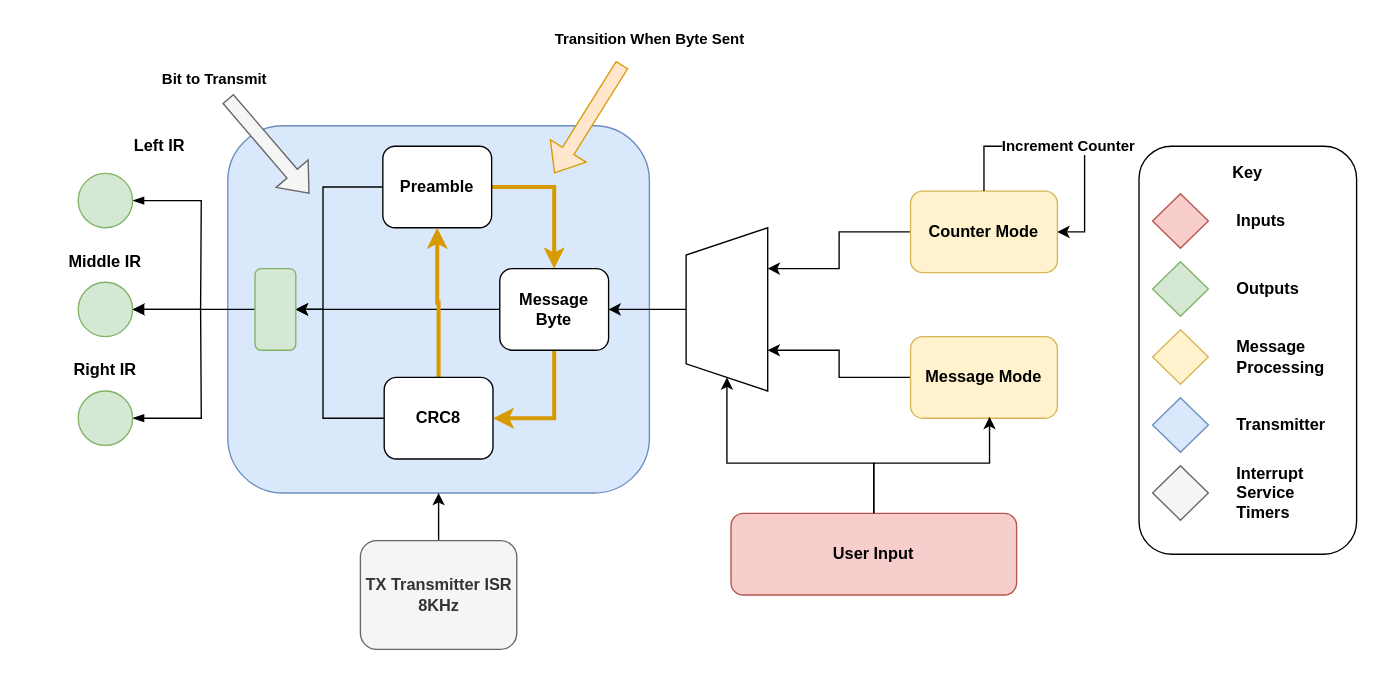
Above: documentation/drawio/transmitter_system.drawio in JefferyLim/FTL (draw.io), before the change. Source tidied: cells renumbered, new cells numbered last; positions are measured from the earlier drawing's top-left corner, leaving out a move shared by most shapes. Both pictures are drawn from the tidied source at 136%, with x=0, y=0 at pixel (23, 64).
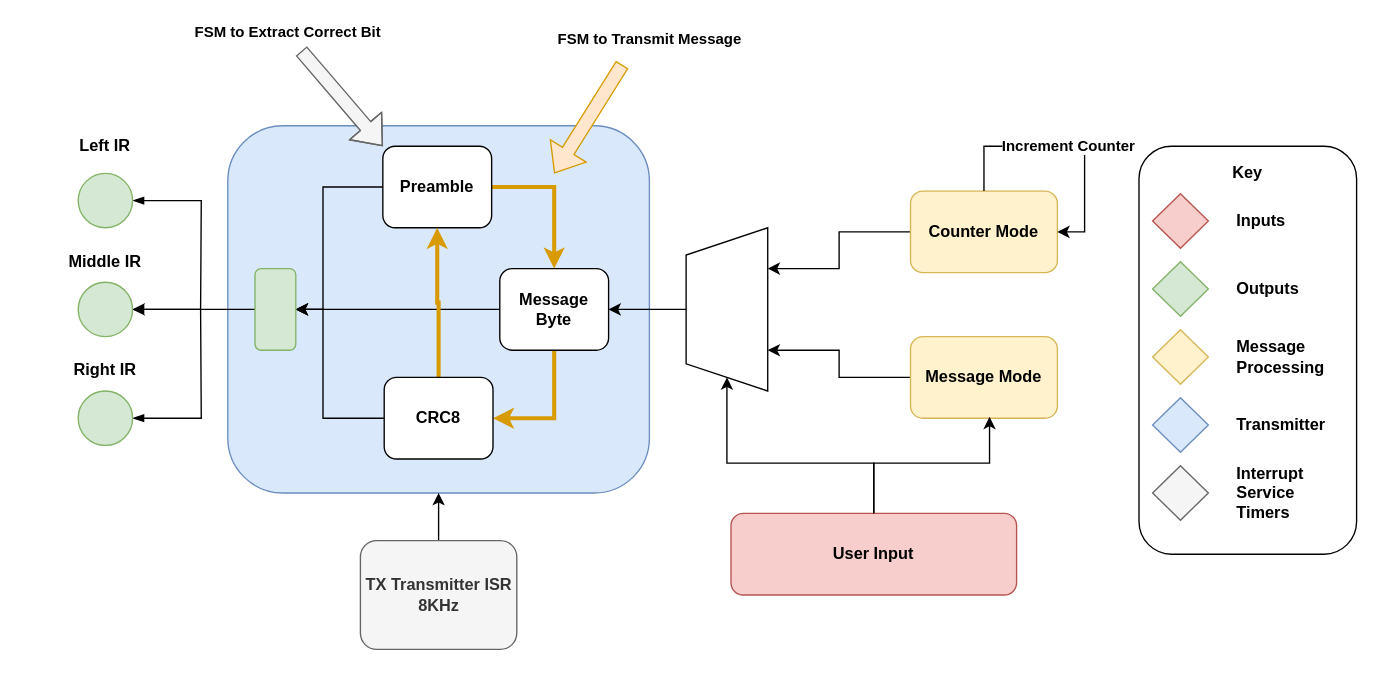
After the change.

Commit message:
Adding addition comment

The change refers to these unchanged cells:
```xml
<mxCell id="49" style="shape=flexArrow;endArrow=classic;html=1;rounded=0;fillColor=#ffe6cc;strokeColor=#d79b00;" parent="1" edge="1">
  <mxGeometry relative="1" as="geometry">
    <mxPoint x="440" as="sourcePoint" />
    <mxPoint x="390" y="80" as="targetPoint" />
  </mxGeometry>
</mxCell>
```

The edit, as a diff of the source:
```diff
@@
     <mxCell id="12" value="&lt;b&gt;Left IR&lt;/b&gt;" style="text;strokeColor=none;align=center;fillColor=none;html=1;verticalAlign=middle;whiteSpace=wrap;rounded=0;" parent="1" vertex="1">
-      <mxGeometry x="40" y="45" width="120" height="30" as="geometry" />
+      <mxGeometry y="45" width="120" height="30" as="geometry" />
     </mxCell>
@@
     <mxCell id="47" style="shape=flexArrow;endArrow=classic;html=1;rounded=0;fillColor=#f5f5f5;strokeColor=#666666;" parent="1" edge="1">
       <mxGeometry relative="1" as="geometry">
-        <mxPoint x="150" y="25" as="sourcePoint" />
-        <mxPoint x="210" y="95" as="targetPoint" />
+        <mxPoint x="204" y="-10" as="sourcePoint" />
+        <mxPoint x="264" y="60" as="targetPoint" />
+        <Array as="points">
+          <mxPoint x="234" y="25" />
+        </Array>
       </mxGeometry>
     </mxCell>
-    <mxCell id="48" value="Bit to Transmit" style="edgeLabel;html=1;align=center;verticalAlign=middle;fontStyle=1;" parent="47" vertex="1">
+    <mxCell id="48" value="FSM to Extract Correct Bit" style="edgeLabel;html=1;align=center;verticalAlign=middle;fontStyle=1;" parent="47" vertex="1">
       <mxGeometry x="-0.5" y="2" relative="1" as="geometry">
         <mxPoint x="-27" y="-31" as="offset" />
       </mxGeometry>
     </mxCell>
@@
-    <mxCell id="50" value="Transition When Byte Sent" style="edgeLabel;html=1;align=center;verticalAlign=middle;fontStyle=1;" parent="49" vertex="1">
+    <mxCell id="50" value="FSM to Transmit Message" style="edgeLabel;html=1;align=center;verticalAlign=middle;fontStyle=1;" parent="49" vertex="1">
       <mxGeometry x="-0.5" y="2" relative="1" as="geometry">
         <mxPoint x="31" y="-41" as="offset" />
       </mxGeometry>
     </mxCell>
```
